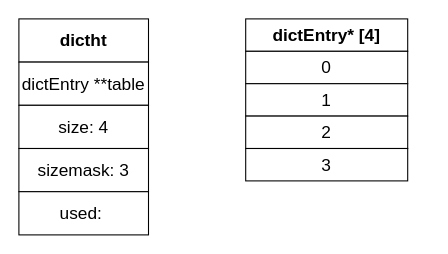
The draw.io diagram Redis-Dict.drawio in XuYi-fei/draw.io.sync, before the edit. Source tidied: cells renumbered, new cells numbered last; positions are measured from the earlier drawing's top-left corner, leaving out a move shared by most shapes. Both pictures are drawn from the tidied source at 108%, with x=0, y=0 at pixel (18, 18).
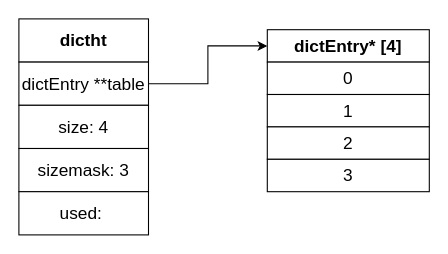
Above is the later version.

The edit, as a diff of the source:
```diff
@@
 <mxGraphModel>
   <root>
     <mxCell id="0" />
     <mxCell id="1" parent="0" />
     <mxCell id="2" value="dictht" style="rounded=0;whiteSpace=wrap;html=1;fontSize=16;fontStyle=1;" parent="1" vertex="1">
       <mxGeometry width="120" height="40" as="geometry" />
     </mxCell>
+    <mxCell id="12" style="edgeStyle=orthogonalEdgeStyle;rounded=0;jettySize=auto;html=1;entryX=0;entryY=0.5;entryDx=0;entryDy=0;" parent="1" edge="1" source="3" target="7">
+      <mxGeometry relative="1" as="geometry" />
+    </mxCell>
     <mxCell id="3" value="dictEntry **table" style="rounded=0;whiteSpace=wrap;html=1;fontSize=16;fontStyle=0;" parent="1" vertex="1">
       <mxGeometry y="40" width="120" height="40" as="geometry" />
     </mxCell>
     <mxCell id="4" value="size: 4" style="rounded=0;whiteSpace=wrap;html=1;fontSize=16;fontStyle=0;" parent="1" vertex="1">
       <mxGeometry y="80" width="120" height="40" as="geometry" />
     </mxCell>
     <mxCell id="5" value="sizemask: 3" style="rounded=0;whiteSpace=wrap;html=1;fontSize=16;fontStyle=0;" parent="1" vertex="1">
       <mxGeometry y="120" width="120" height="40" as="geometry" />
     </mxCell>
     <mxCell id="6" value="used:&amp;nbsp;" style="rounded=0;whiteSpace=wrap;html=1;fontSize=16;fontStyle=0;" parent="1" vertex="1">
       <mxGeometry y="160" width="120" height="40" as="geometry" />
     </mxCell>
     <mxCell id="7" value="dictEntry* [4]" style="rounded=0;whiteSpace=wrap;html=1;fontSize=16;fontStyle=1;" parent="1" vertex="1">
-      <mxGeometry x="210" width="150" height="30" as="geometry" />
+      <mxGeometry x="230" y="10" width="150" height="30" as="geometry" />
     </mxCell>
     <mxCell id="8" value="0" style="rounded=0;whiteSpace=wrap;html=1;fontSize=16;fontStyle=0;" parent="1" vertex="1">
-      <mxGeometry x="210" y="30" width="150" height="30" as="geometry" />
+      <mxGeometry x="230" y="40" width="150" height="30" as="geometry" />
     </mxCell>
     <mxCell id="9" value="1" style="rounded=0;whiteSpace=wrap;html=1;fontSize=16;fontStyle=0;" parent="1" vertex="1">
-      <mxGeometry x="210" y="60" width="150" height="30" as="geometry" />
+      <mxGeometry x="230" y="70" width="150" height="30" as="geometry" />
     </mxCell>
     <mxCell id="10" value="2" style="rounded=0;whiteSpace=wrap;html=1;fontSize=16;fontStyle=0;" parent="1" vertex="1">
-      <mxGeometry x="210" y="90" width="150" height="30" as="geometry" />
+      <mxGeometry x="230" y="100" width="150" height="30" as="geometry" />
     </mxCell>
     <mxCell id="11" value="3" style="rounded=0;whiteSpace=wrap;html=1;fontSize=16;fontStyle=0;" parent="1" vertex="1">
-      <mxGeometry x="210" y="120" width="150" height="30" as="geometry" />
+      <mxGeometry x="230" y="130" width="150" height="30" as="geometry" />
     </mxCell>
   </root>
 </mxGraphModel>
```
